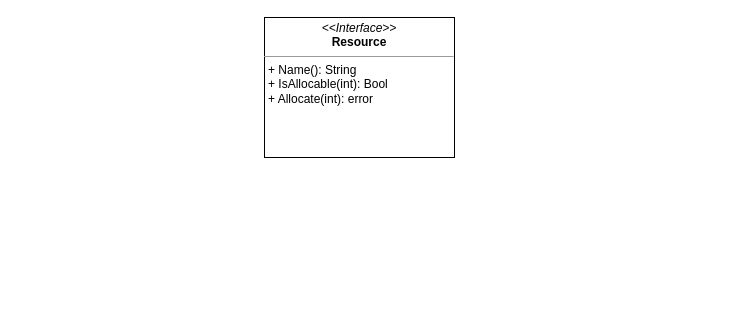
Earlier version of the draw.io diagram page "Page-1" (1 of 2) of OptimalCompositeDeploy.drawio (Mr-lixh/diagrams). Source tidied: cells renumbered, new cells numbered last; positions are measured from the earlier drawing's top-left corner, leaving out a move shared by most shapes. Both pictures are drawn from the tidied source at 100%, with x=0, y=0 at pixel (264, 17).
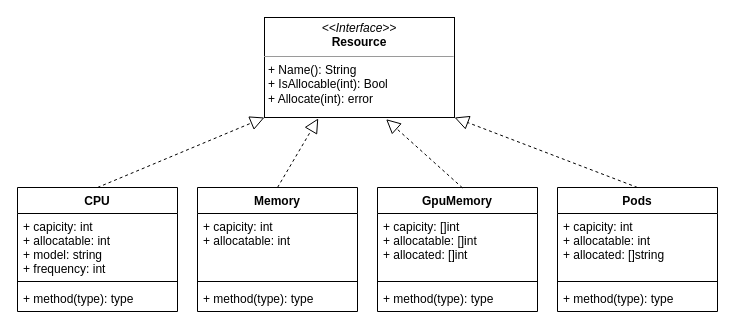
After the change.

Diff of the diagram source:
```diff
@@
     <mxCell id="2" value="&lt;p style=&quot;margin: 0px ; margin-top: 4px ; text-align: center&quot;&gt;&lt;i&gt;&amp;lt;&amp;lt;Interface&amp;gt;&amp;gt;&lt;/i&gt;&lt;br&gt;&lt;b&gt;Resource&lt;/b&gt;&lt;/p&gt;&lt;hr size=&quot;1&quot;&gt;&lt;p style=&quot;margin: 0px ; margin-left: 4px&quot;&gt;+ Name(): String&lt;br&gt;+ IsAllocable(int): Bool&lt;/p&gt;&lt;p style=&quot;margin: 0px ; margin-left: 4px&quot;&gt;+ Allocate(int): error&lt;/p&gt;" style="verticalAlign=top;align=left;overflow=fill;fontSize=12;fontFamily=Helvetica;html=1;" parent="1" vertex="1">
-      <mxGeometry width="190" height="140" as="geometry" />
+      <mxGeometry width="190" height="100" as="geometry" />
     </mxCell>
+    <mxCell id="3" style="endArrow=block;dashed=1;endFill=0;endSize=12;html=1;rounded=0;entryX=0;entryY=1;entryDx=0;entryDy=0;exitX=0.5;exitY=0;exitDx=0;exitDy=0;" parent="1" edge="1" source="4" target="2">
+      <mxGeometry relative="1" as="geometry" />
+    </mxCell>
+    <mxCell id="4" value="CPU" style="swimlane;fontStyle=1;align=center;verticalAlign=top;horizontal=1;startSize=26;" parent="1" vertex="1">
+      <mxGeometry x="-247" y="170" width="160" height="124" as="geometry" />
+    </mxCell>
+    <mxCell id="5" value="+ capicity: int&#10;+ allocatable: int&#10;+ model: string&#10;+ frequency: int" style="text;strokeColor=none;fillColor=none;align=left;verticalAlign=top;spacingLeft=4;spacingRight=4;overflow=hidden;" parent="4" vertex="1">
+      <mxGeometry y="26" width="160" height="64" as="geometry" />
+    </mxCell>
+    <mxCell id="6" style="line;strokeWidth=1;fillColor=none;align=left;verticalAlign=middle;spacingTop=-1;spacingLeft=3;spacingRight=3;labelPosition=right;" parent="4" vertex="1">
+      <mxGeometry y="90" width="160" height="8" as="geometry" />
+    </mxCell>
+    <mxCell id="7" value="+ method(type): type" style="text;strokeColor=none;fillColor=none;align=left;verticalAlign=top;spacingLeft=4;spacingRight=4;overflow=hidden;" parent="4" vertex="1">
+      <mxGeometry y="98" width="160" height="26" as="geometry" />
+    </mxCell>
+    <mxCell id="8" value="Memory" style="swimlane;fontStyle=1;align=center;verticalAlign=top;horizontal=1;startSize=26;" parent="1" vertex="1">
+      <mxGeometry x="-67" y="170" width="160" height="124" as="geometry" />
+    </mxCell>
+    <mxCell id="9" value="+ capicity: int&#10;+ allocatable: int" style="text;strokeColor=none;fillColor=none;align=left;verticalAlign=top;spacingLeft=4;spacingRight=4;overflow=hidden;" parent="8" vertex="1">
+      <mxGeometry y="26" width="160" height="64" as="geometry" />
+    </mxCell>
+    <mxCell id="10" style="line;strokeWidth=1;fillColor=none;align=left;verticalAlign=middle;spacingTop=-1;spacingLeft=3;spacingRight=3;labelPosition=right;" parent="8" vertex="1">
+      <mxGeometry y="90" width="160" height="8" as="geometry" />
+    </mxCell>
+    <mxCell id="11" value="+ method(type): type" style="text;strokeColor=none;fillColor=none;align=left;verticalAlign=top;spacingLeft=4;spacingRight=4;overflow=hidden;" parent="8" vertex="1">
+      <mxGeometry y="98" width="160" height="26" as="geometry" />
+    </mxCell>
+    <mxCell id="12" style="endArrow=block;dashed=1;endFill=0;endSize=12;html=1;rounded=0;exitX=0.5;exitY=0;exitDx=0;exitDy=0;entryX=0.283;entryY=1.009;entryDx=0;entryDy=0;entryPerimeter=0;" parent="1" edge="1" source="8" target="2">
+      <mxGeometry relative="1" as="geometry" />
+    </mxCell>
+    <mxCell id="13" value="GpuMemory" style="swimlane;fontStyle=1;align=center;verticalAlign=top;horizontal=1;startSize=26;" parent="1" vertex="1">
+      <mxGeometry x="113" y="170" width="160" height="124" as="geometry" />
+    </mxCell>
+    <mxCell id="14" value="+ capicity: []int&#10;+ allocatable: []int&#10;+ allocated: []int" style="text;strokeColor=none;fillColor=none;align=left;verticalAlign=top;spacingLeft=4;spacingRight=4;overflow=hidden;" parent="13" vertex="1">
+      <mxGeometry y="26" width="160" height="64" as="geometry" />
+    </mxCell>
+    <mxCell id="15" style="line;strokeWidth=1;fillColor=none;align=left;verticalAlign=middle;spacingTop=-1;spacingLeft=3;spacingRight=3;labelPosition=right;" parent="13" vertex="1">
+      <mxGeometry y="90" width="160" height="8" as="geometry" />
+    </mxCell>
+    <mxCell id="16" value="+ method(type): type" style="text;strokeColor=none;fillColor=none;align=left;verticalAlign=top;spacingLeft=4;spacingRight=4;overflow=hidden;" parent="13" vertex="1">
+      <mxGeometry y="98" width="160" height="26" as="geometry" />
+    </mxCell>
+    <mxCell id="17" style="endArrow=block;dashed=1;endFill=0;endSize=12;html=1;rounded=0;exitX=0.531;exitY=0.003;exitDx=0;exitDy=0;exitPerimeter=0;entryX=0.64;entryY=1.017;entryDx=0;entryDy=0;entryPerimeter=0;" parent="1" edge="1" source="13" target="2">
+      <mxGeometry relative="1" as="geometry" />
+    </mxCell>
+    <mxCell id="18" value="Pods" style="swimlane;fontStyle=1;align=center;verticalAlign=top;horizontal=1;startSize=26;" parent="1" vertex="1">
+      <mxGeometry x="293" y="170" width="160" height="124" as="geometry" />
+    </mxCell>
+    <mxCell id="19" value="+ capicity: int&#10;+ allocatable: int&#10;+ allocated: []string" style="text;strokeColor=none;fillColor=none;align=left;verticalAlign=top;spacingLeft=4;spacingRight=4;overflow=hidden;" parent="18" vertex="1">
+      <mxGeometry y="26" width="160" height="64" as="geometry" />
+    </mxCell>
+    <mxCell id="20" style="line;strokeWidth=1;fillColor=none;align=left;verticalAlign=middle;spacingTop=-1;spacingLeft=3;spacingRight=3;labelPosition=right;" parent="18" vertex="1">
+      <mxGeometry y="90" width="160" height="8" as="geometry" />
+    </mxCell>
+    <mxCell id="21" value="+ method(type): type" style="text;strokeColor=none;fillColor=none;align=left;verticalAlign=top;spacingLeft=4;spacingRight=4;overflow=hidden;" parent="18" vertex="1">
+      <mxGeometry y="98" width="160" height="26" as="geometry" />
+    </mxCell>
+    <mxCell id="22" style="endArrow=block;dashed=1;endFill=0;endSize=12;html=1;rounded=0;exitX=0.5;exitY=0;exitDx=0;exitDy=0;entryX=1;entryY=1;entryDx=0;entryDy=0;" parent="1" edge="1" source="18" target="2">
+      <mxGeometry relative="1" as="geometry" />
+    </mxCell>
```
